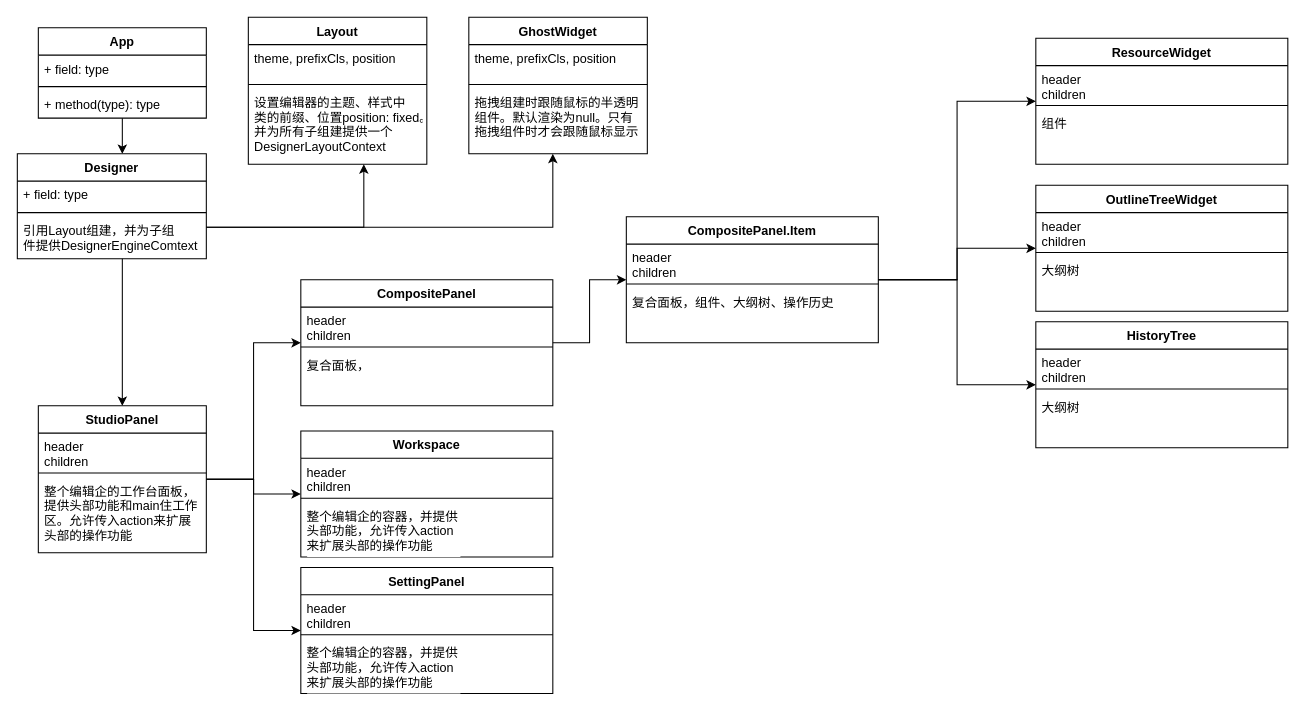
This is page "第 2 页" (2 of 2) of designable.drawio from laogong5i0/app.diagrams, a draw.io file, before an edit. Source tidied: cells renumbered, new cells numbered last; positions are measured from the earlier drawing's top-left corner, leaving out a move shared by most shapes. Both pictures are drawn from the tidied source at 105%, with x=0, y=0 at pixel (17, 17).
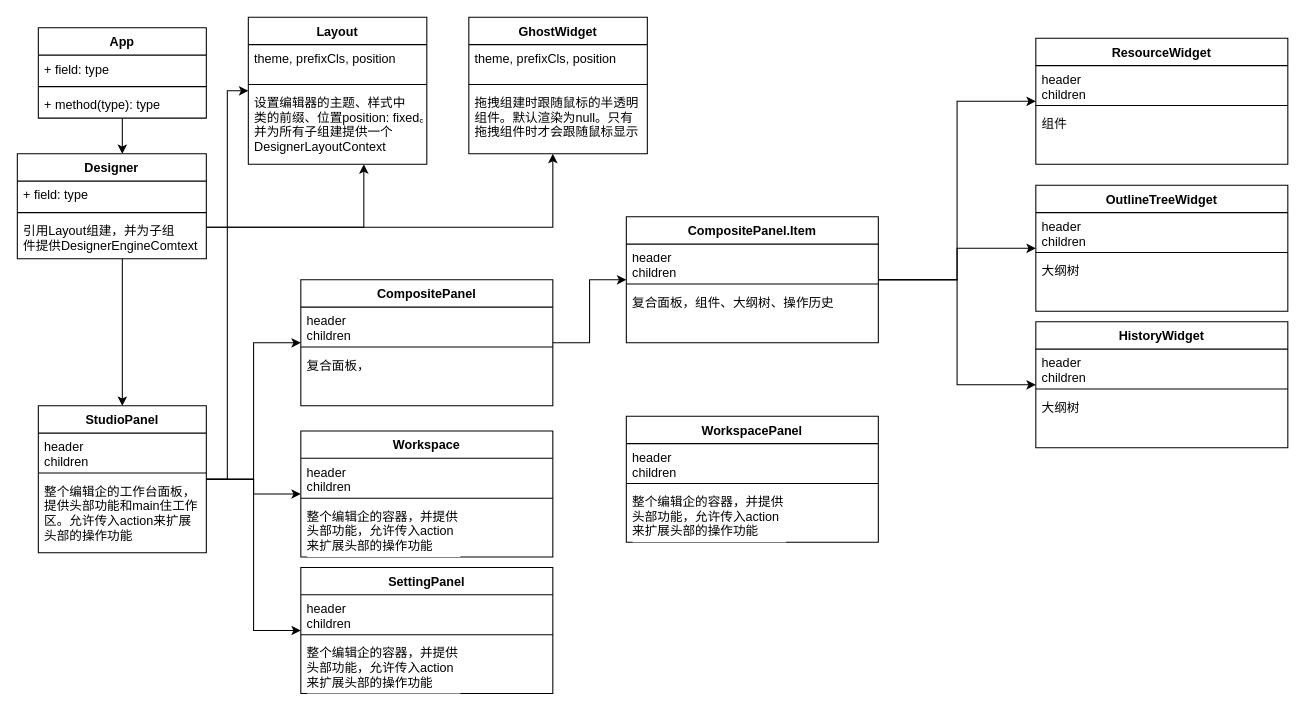
Above is the later version.

Unchanged cells that the change refers to:
```xml
<mxCell id="16" value="StudioPanel" style="swimlane;fontStyle=1;align=center;verticalAlign=top;horizontal=1;startSize=26;labelBackgroundColor=#FFFFFF;fontFamily=Helvetica;fontColor=#000000;" parent="1" vertex="1">
  <mxGeometry x="20" y="370" width="160" height="140" as="geometry" />
</mxCell>
<mxCell id="33" value="Layout" style="swimlane;fontStyle=1;align=center;verticalAlign=top;horizontal=1;startSize=26;labelBackgroundColor=#FFFFFF;fontFamily=Helvetica;fontColor=#000000;" parent="1" vertex="1">
  <mxGeometry x="220" width="170" height="140" as="geometry" />
</mxCell>
```

The edit, as a diff of the source:
```diff
@@
+    <mxCell id="61" style="edgeStyle=elbowEdgeStyle;rounded=0;jettySize=auto;html=1;fontFamily=Helvetica;fontColor=#000000;" parent="1" edge="1" source="16" target="33">
+      <mxGeometry relative="1" as="geometry" />
+    </mxCell>
@@
-    <mxCell id="57" value="HistoryTree" style="swimlane;fontStyle=1;align=center;verticalAlign=top;horizontal=1;startSize=26;labelBackgroundColor=#FFFFFF;fontFamily=Helvetica;fontColor=#000000;" parent="1" vertex="1">
+    <mxCell id="57" value="HistoryWidget" style="swimlane;fontStyle=1;align=center;verticalAlign=top;horizontal=1;startSize=26;labelBackgroundColor=#FFFFFF;fontFamily=Helvetica;fontColor=#000000;" parent="1" vertex="1">
       <mxGeometry x="970" y="290" width="240" height="120" as="geometry" />
     </mxCell>
@@
+    <mxCell id="62" value="WorkspacePanel" style="swimlane;fontStyle=1;align=center;verticalAlign=top;horizontal=1;startSize=26;labelBackgroundColor=#FFFFFF;fontFamily=Helvetica;fontColor=#000000;" parent="1" vertex="1">
+      <mxGeometry x="580" y="380" width="240" height="120" as="geometry" />
+    </mxCell>
+    <mxCell id="63" value="header&#10;children" style="text;strokeColor=none;fillColor=none;align=left;verticalAlign=top;spacingLeft=4;spacingRight=4;overflow=hidden;labelBackgroundColor=#FFFFFF;fontFamily=Helvetica;fontColor=#000000;" parent="62" vertex="1">
+      <mxGeometry y="26" width="240" height="34" as="geometry" />
+    </mxCell>
+    <mxCell id="64" style="line;strokeWidth=1;fillColor=none;align=left;verticalAlign=middle;spacingTop=-1;spacingLeft=3;spacingRight=3;labelPosition=right;labelBackgroundColor=#FFFFFF;fontFamily=Helvetica;fontColor=#000000;" parent="62" vertex="1">
+      <mxGeometry y="60" width="240" height="8" as="geometry" />
+    </mxCell>
+    <mxCell id="65" value="整个编辑企的容器，并提供&#10;头部功能，允许传入action&#10;来扩展头部的操作功能" style="text;strokeColor=none;fillColor=none;align=left;verticalAlign=top;spacingLeft=4;spacingRight=4;overflow=hidden;labelBackgroundColor=#FFFFFF;fontFamily=Helvetica;fontColor=#000000;" parent="62" vertex="1">
+      <mxGeometry y="68" width="240" height="52" as="geometry" />
+    </mxCell>
```
